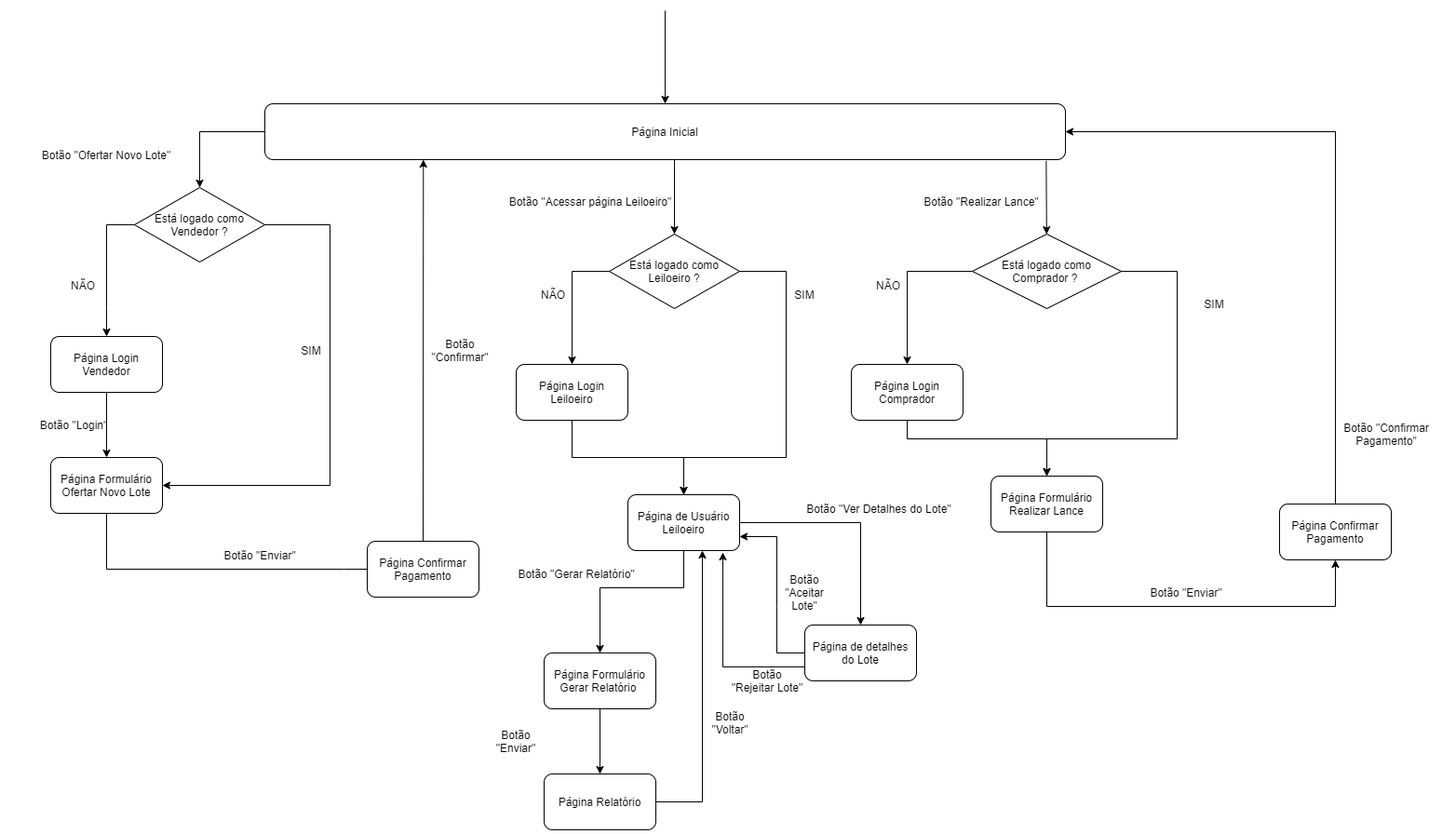
This is Diagrama de Navegação de Casos de Uso.png from lucaslopespj/lab-eng-software, a draw.io export, as it was before one commit. Source tidied: cells renumbered, new cells last; positions are measured from the earlier drawing's top-left corner, leaving out a move shared by most shapes.
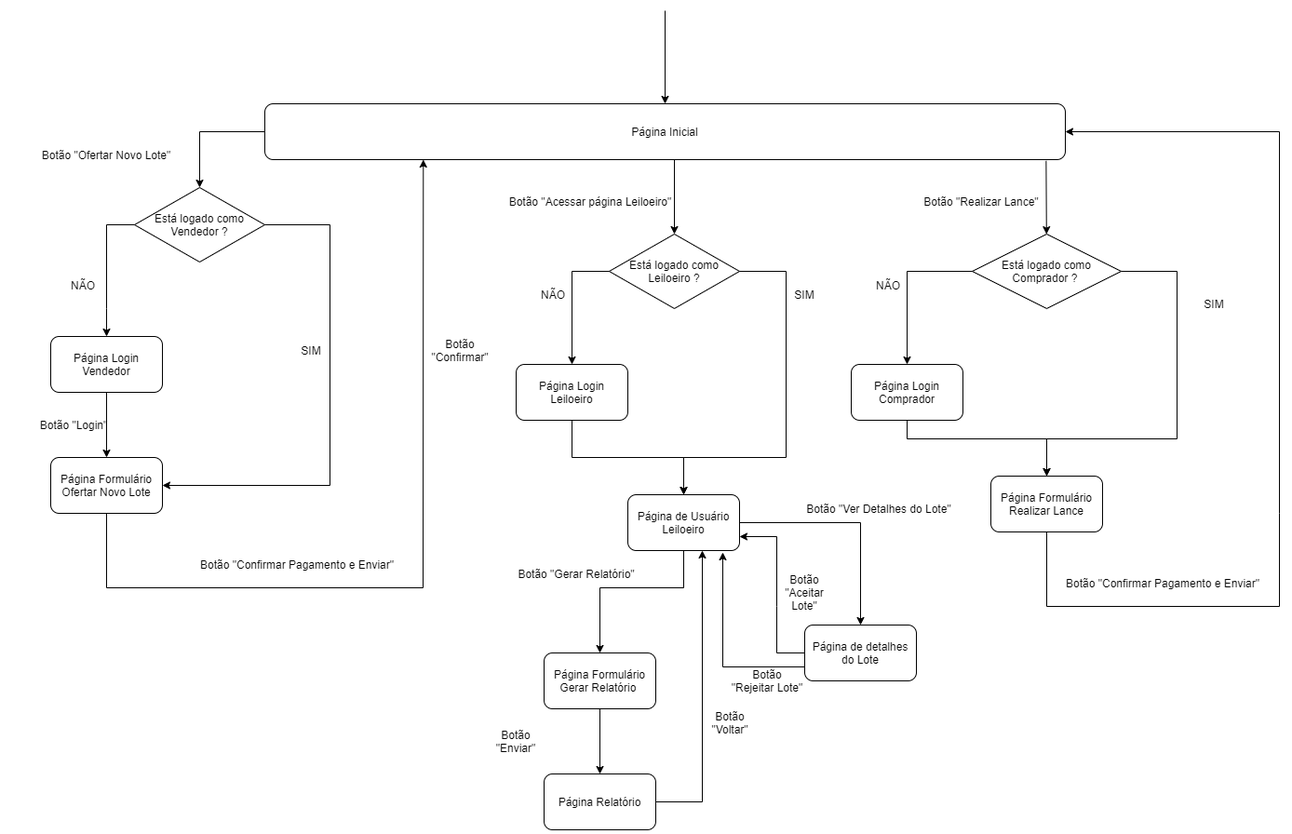
After the commit.

Diff of the diagram source:
```diff
@@ -32,8 +32,8 @@
     <mxCell id="9" value="Botão &quot;Login&quot;" style="text;html=1;strokeColor=none;fillColor=none;align=center;verticalAlign=middle;whiteSpace=wrap;rounded=0;" parent="1" vertex="1">
       <mxGeometry y="430" width="150" height="30" as="geometry" />
     </mxCell>
-    <mxCell id="10" value="Botão &quot;Enviar&quot;" style="text;html=1;strokeColor=none;fillColor=none;align=center;verticalAlign=middle;whiteSpace=wrap;rounded=0;" parent="1" vertex="1">
-      <mxGeometry x="230" y="570" width="90" height="30" as="geometry" />
+    <mxCell id="10" value="Botão &quot;Confirmar Pagamento e Enviar&quot;" style="text;html=1;strokeColor=none;fillColor=none;align=center;verticalAlign=middle;whiteSpace=wrap;rounded=0;" parent="1" vertex="1">
+      <mxGeometry x="200" y="580" width="230" height="30" as="geometry" />
     </mxCell>
     <mxCell id="11" value="Está logado como Vendedor ?" style="rhombus;whiteSpace=wrap;html=1;" parent="1" vertex="1">
       <mxGeometry x="140" y="190" width="140" height="80" as="geometry" />
@@ -60,23 +60,16 @@
     <mxCell id="15" value="SIM" style="text;html=1;strokeColor=none;fillColor=none;align=center;verticalAlign=middle;whiteSpace=wrap;rounded=0;" parent="1" vertex="1">
       <mxGeometry x="300" y="350" width="60" height="30" as="geometry" />
     </mxCell>
-    <mxCell id="16" style="endArrow=classic;html=1;rounded=0;exitX=0.5;exitY=1;exitDx=0;exitDy=0;" parent="1" edge="1" source="8">
-      <mxGeometry relative="1" as="geometry">
-        <mxPoint x="410" y="600" as="targetPoint" />
-        <Array as="points">
-          <mxPoint x="110" y="600" />
-          <mxPoint x="365" y="600" />
-        </Array>
-      </mxGeometry>
-    </mxCell>
-    <mxCell id="17" value="Página Confirmar Pagamento" style="rounded=1;whiteSpace=wrap;html=1;" parent="1" vertex="1">
-      <mxGeometry x="390" y="570" width="120" height="60" as="geometry" />
-    </mxCell>
     <mxCell id="18" value="Botão &quot;Confirmar&quot;" style="text;html=1;strokeColor=none;fillColor=none;align=center;verticalAlign=middle;whiteSpace=wrap;rounded=0;" parent="1" vertex="1">
       <mxGeometry x="460" y="350" width="60" height="30" as="geometry" />
     </mxCell>
-    <mxCell id="19" style="endArrow=classic;html=1;rounded=0;exitX=0.5;exitY=0;exitDx=0;exitDy=0;entryX=0.198;entryY=1;entryDx=0;entryDy=0;entryPerimeter=0;" parent="1" edge="1" source="17" target="2">
-      <mxGeometry relative="1" as="geometry" />
+    <mxCell id="19" style="endArrow=classic;html=1;rounded=0;exitX=0.5;exitY=1;exitDx=0;exitDy=0;entryX=0.198;entryY=1;entryDx=0;entryDy=0;entryPerimeter=0;" parent="1" edge="1" source="8" target="2">
+      <mxGeometry relative="1" as="geometry">
+        <Array as="points">
+          <mxPoint x="110" y="620" />
+          <mxPoint x="450" y="620" />
+        </Array>
+      </mxGeometry>
     </mxCell>
     <mxCell id="20" value="Botão &quot;Acessar página Leiloeiro&quot;" style="text;html=1;strokeColor=none;fillColor=none;align=center;verticalAlign=middle;whiteSpace=wrap;rounded=0;" parent="1" vertex="1">
       <mxGeometry x="540" y="190" width="180" height="30" as="geometry" />
@@ -242,29 +235,25 @@
     <mxCell id="54" value="Página Formulário Realizar Lance" style="rounded=1;whiteSpace=wrap;html=1;" parent="1" vertex="1">
       <mxGeometry x="1060" y="500" width="120" height="60" as="geometry" />
     </mxCell>
-    <mxCell id="55" value="Página Confirmar Pagamento" style="rounded=1;whiteSpace=wrap;html=1;" parent="1" vertex="1">
-      <mxGeometry x="1370" y="530" width="120" height="60" as="geometry" />
-    </mxCell>
-    <mxCell id="56" style="endArrow=classic;html=1;rounded=0;exitX=0.5;exitY=1;exitDx=0;exitDy=0;entryX=0.5;entryY=1;entryDx=0;entryDy=0;" parent="1" edge="1" source="54" target="55">
+    <mxCell id="56" style="endArrow=none;html=1;rounded=0;exitX=0.5;exitY=1;exitDx=0;exitDy=0;endFill=0;" parent="1" edge="1" source="54">
       <mxGeometry relative="1" as="geometry">
+        <mxPoint x="1370" y="540" as="targetPoint" />
         <Array as="points">
           <mxPoint x="1120" y="640" />
-          <mxPoint x="1430" y="640" />
+          <mxPoint x="1370" y="640" />
         </Array>
       </mxGeometry>
     </mxCell>
-    <mxCell id="57" style="endArrow=classic;html=1;rounded=0;exitX=0.5;exitY=0;exitDx=0;exitDy=0;entryX=1;entryY=0.5;entryDx=0;entryDy=0;" parent="1" edge="1" source="55" target="2">
+    <mxCell id="57" style="endArrow=classic;html=1;rounded=0;entryX=1;entryY=0.5;entryDx=0;entryDy=0;" parent="1" edge="1" target="2">
       <mxGeometry relative="1" as="geometry">
+        <mxPoint x="1370" y="540" as="sourcePoint" />
         <Array as="points">
-          <mxPoint x="1430" y="130" />
+          <mxPoint x="1370" y="130" />
         </Array>
       </mxGeometry>
     </mxCell>
-    <mxCell id="58" value="Botão &quot;Enviar&quot;" style="text;html=1;strokeColor=none;fillColor=none;align=center;verticalAlign=middle;whiteSpace=wrap;rounded=0;" parent="1" vertex="1">
-      <mxGeometry x="1220" y="610" width="100" height="30" as="geometry" />
+    <mxCell id="58" value="Botão &quot;Confirmar Pagamento e Enviar&quot;" style="text;html=1;strokeColor=none;fillColor=none;align=center;verticalAlign=middle;whiteSpace=wrap;rounded=0;" parent="1" vertex="1">
+      <mxGeometry x="1130" y="600" width="230" height="30" as="geometry" />
     </mxCell>
-    <mxCell id="59" value="Botão &quot;Confirmar Pagamento&quot;" style="text;html=1;strokeColor=none;fillColor=none;align=center;verticalAlign=middle;whiteSpace=wrap;rounded=0;" parent="1" vertex="1">
-      <mxGeometry x="1430" y="440" width="110" height="30" as="geometry" />
-    </mxCell>
   </root>
 </mxGraphModel>
```
